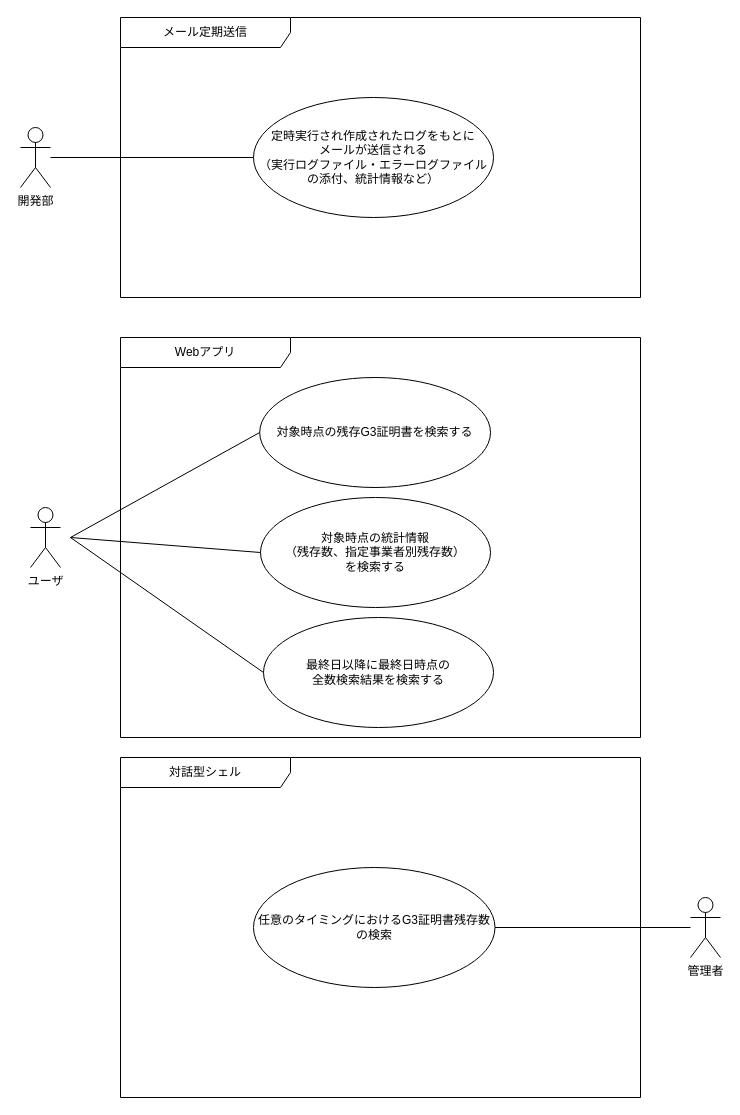
Earlier version of the draw.io diagram page "ユースケース図" (4 of 6) of UMLDiagram.drawio (r-asano/kaihatsubuKenshu). Source tidied: cells renumbered, new cells numbered last; positions are measured from the earlier drawing's top-left corner, leaving out a move shared by most shapes. Both pictures are drawn from the tidied source at 100%, with x=0, y=0 at pixel (20, 17).
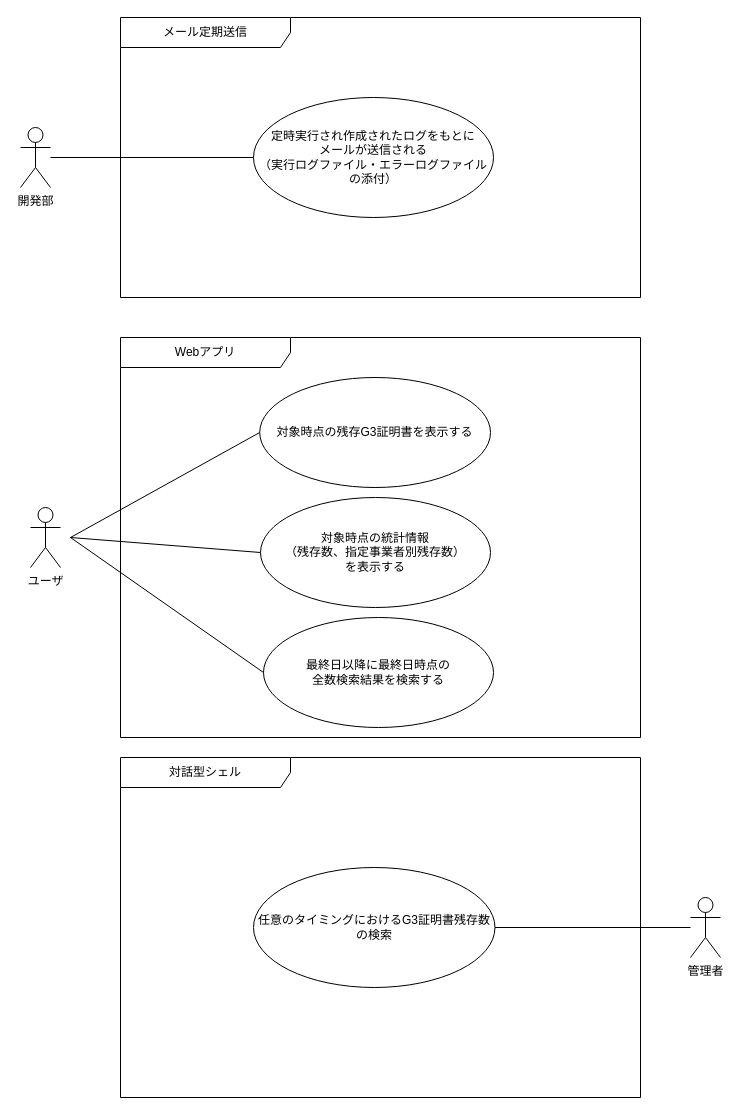
After the change.

The edit, as a diff of the source:
```diff
@@
 <mxGraphModel>
   <root>
     <mxCell id="0" />
     <mxCell id="1" parent="0" />
     <mxCell id="2" value="対話型シェル" style="shape=umlFrame;whiteSpace=wrap;html=1;width=170;height=30;" parent="1" vertex="1">
       <mxGeometry x="100" y="740" width="520" height="340" as="geometry" />
     </mxCell>
     <mxCell id="3" value="メール定期送信" style="shape=umlFrame;whiteSpace=wrap;html=1;width=170;height=30;" parent="1" vertex="1">
       <mxGeometry x="100" width="520" height="280" as="geometry" />
     </mxCell>
     <mxCell id="4" value="開発部" style="shape=umlActor;verticalLabelPosition=bottom;verticalAlign=top;html=1;" parent="1" vertex="1">
       <mxGeometry y="110" width="30" height="60" as="geometry" />
     </mxCell>
     <mxCell id="5" value="Webアプリ" style="shape=umlFrame;whiteSpace=wrap;html=1;width=170;height=30;" parent="1" vertex="1">
       <mxGeometry x="100" y="320" width="520" height="400" as="geometry" />
     </mxCell>
-    <mxCell id="6" value="&lt;div&gt;定時実行され作成されたログをもとに&lt;/div&gt;&lt;div&gt;メールが送信される&lt;/div&gt;&lt;div&gt;（実行ログファイル・エラーログファイルの添付、統計情報など）&lt;br&gt;&lt;/div&gt;" style="ellipse;whiteSpace=wrap;html=1;" parent="1" vertex="1">
+    <mxCell id="6" value="&lt;div&gt;定時実行され作成されたログをもとに&lt;/div&gt;&lt;div&gt;メールが送信される&lt;/div&gt;&lt;div&gt;（実行ログファイル・エラーログファイルの添付）&lt;br&gt;&lt;/div&gt;" style="ellipse;whiteSpace=wrap;html=1;" parent="1" vertex="1">
       <mxGeometry x="233" y="80" width="240" height="120" as="geometry" />
     </mxCell>
     <mxCell id="7" style="endArrow=none;html=1;entryX=0;entryY=0.5;entryDx=0;entryDy=0;" parent="1" edge="1" source="4" target="6">
       <mxGeometry relative="1" as="geometry" />
     </mxCell>
     <mxCell id="8" style="edgeStyle=orthogonalEdgeStyle;rounded=0;jumpStyle=arc;jettySize=auto;html=1;entryX=1;entryY=0.5;entryDx=0;entryDy=0;endArrow=none;endFill=0;" parent="1" edge="1" source="9" target="13">
       <mxGeometry relative="1" as="geometry" />
     </mxCell>
     <mxCell id="9" value="管理者" style="shape=umlActor;verticalLabelPosition=bottom;verticalAlign=top;html=1;" parent="1" vertex="1">
       <mxGeometry x="670" y="880" width="30" height="60" as="geometry" />
     </mxCell>
-    <mxCell id="10" value="&lt;div&gt;対象時点の残存G3証明書を検索する&lt;br&gt;&lt;/div&gt;" style="ellipse;whiteSpace=wrap;html=1;" parent="1" vertex="1">
+    <mxCell id="10" value="&lt;div&gt;対象時点の残存G3証明書を表示する&lt;br&gt;&lt;/div&gt;" style="ellipse;whiteSpace=wrap;html=1;" parent="1" vertex="1">
       <mxGeometry x="239.2" y="360" width="230.8" height="110" as="geometry" />
     </mxCell>
-    <mxCell id="11" value="&lt;div&gt;対象時点の統計情報&lt;/div&gt;&lt;div&gt;（残存数、指定事業者別残存数）&lt;/div&gt;&lt;div&gt;を検索する&lt;br&gt;&lt;/div&gt;" style="ellipse;whiteSpace=wrap;html=1;" parent="1" vertex="1">
+    <mxCell id="11" value="&lt;div&gt;対象時点の統計情報&lt;/div&gt;&lt;div&gt;（残存数、指定事業者別残存数）&lt;/div&gt;&lt;div&gt;を表示する&lt;br&gt;&lt;/div&gt;" style="ellipse;whiteSpace=wrap;html=1;" parent="1" vertex="1">
       <mxGeometry x="240" y="480" width="230" height="110" as="geometry" />
     </mxCell>
     <mxCell id="12" value="ユーザ" style="shape=umlActor;verticalLabelPosition=bottom;verticalAlign=top;html=1;" parent="1" vertex="1">
       <mxGeometry x="10" y="490" width="30" height="60" as="geometry" />
     </mxCell>
     <mxCell id="13" value="&lt;div&gt;任意のタイミングにおけるG3証明書残存数&lt;/div&gt;&lt;div&gt;の検索&lt;/div&gt;" style="ellipse;whiteSpace=wrap;html=1;" parent="1" vertex="1">
       <mxGeometry x="233" y="850" width="241.5" height="120" as="geometry" />
     </mxCell>
     <mxCell id="14" value="&lt;div&gt;最終日以降に最終日時点の&lt;/div&gt;&lt;div&gt;全数検索結果を検索する&lt;/div&gt;" style="ellipse;whiteSpace=wrap;html=1;" parent="1" vertex="1">
       <mxGeometry x="243" y="600" width="230" height="110" as="geometry" />
     </mxCell>
     <mxCell id="15" style="endArrow=none;html=1;entryX=0;entryY=0.5;entryDx=0;entryDy=0;" parent="1" edge="1" target="10">
       <mxGeometry relative="1" as="geometry">
         <mxPoint x="50" y="520" as="sourcePoint" />
       </mxGeometry>
     </mxCell>
     <mxCell id="16" style="endArrow=none;html=1;entryX=0;entryY=0.5;entryDx=0;entryDy=0;" parent="1" edge="1" target="11">
       <mxGeometry relative="1" as="geometry">
         <mxPoint x="50" y="520" as="sourcePoint" />
       </mxGeometry>
     </mxCell>
     <mxCell id="17" style="endArrow=none;html=1;entryX=0;entryY=0.5;entryDx=0;entryDy=0;" parent="1" edge="1" target="14">
       <mxGeometry relative="1" as="geometry">
         <mxPoint x="50" y="520" as="sourcePoint" />
       </mxGeometry>
     </mxCell>
   </root>
 </mxGraphModel>
```
